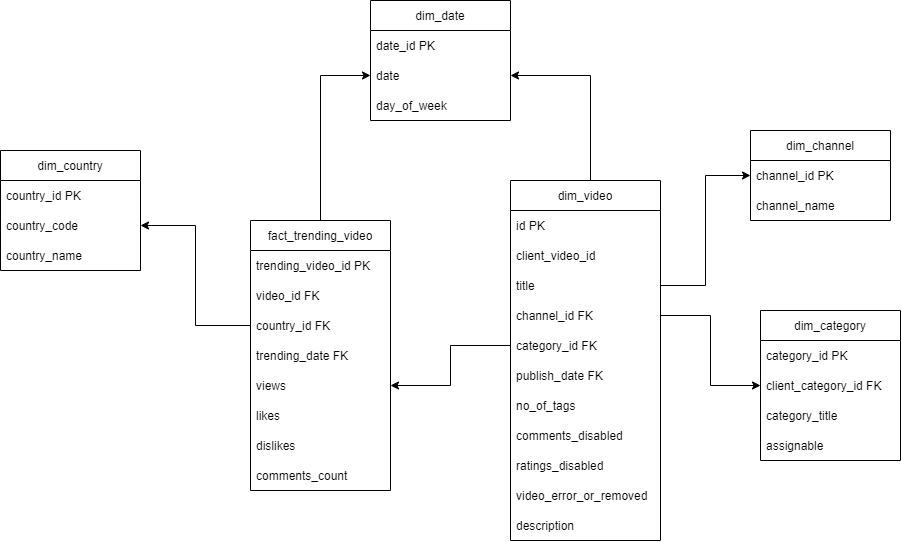
nischalbadal/YouTube-Trending-Video-Analysis keeps this draw.io diagram as docs/final-project-logical-model.drawio.png. Above is the earlier version. Source tidied: cells renumbered, new cells last; positions are measured from the earlier drawing's top-left corner, leaving out a move shared by most shapes.
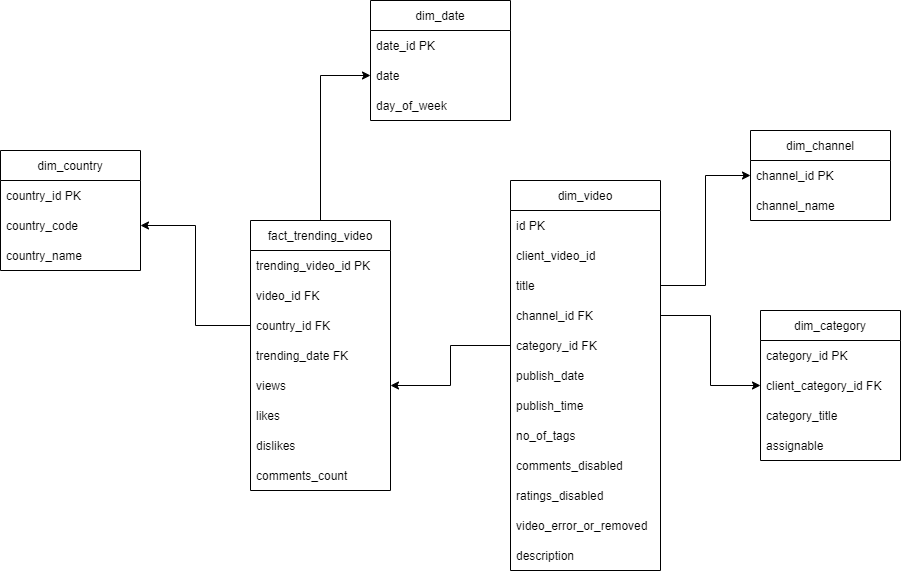
After the commit.

Change to the diagram source:
```diff
@@ -17,15 +17,8 @@
     <mxCell id="6" value="assignable" style="text;strokeColor=none;fillColor=none;align=left;verticalAlign=middle;spacingLeft=4;spacingRight=4;overflow=hidden;" parent="2" vertex="1">
       <mxGeometry y="120" width="140" height="30" as="geometry" />
     </mxCell>
-    <mxCell id="7" style="edgeStyle=orthogonalEdgeStyle;rounded=0;jettySize=auto;html=1;entryX=1;entryY=0.5;entryDx=0;entryDy=0;" parent="1" edge="1" source="8" target="43">
-      <mxGeometry relative="1" as="geometry">
-        <Array as="points">
-          <mxPoint x="590" y="75" />
-        </Array>
-      </mxGeometry>
-    </mxCell>
     <mxCell id="8" value="dim_video" style="swimlane;fontStyle=0;horizontal=1;startSize=30;" parent="1" vertex="1">
-      <mxGeometry x="510" y="180" width="150" height="360" as="geometry" />
+      <mxGeometry x="510" y="180" width="150" height="390" as="geometry" />
     </mxCell>
     <mxCell id="9" value="id PK" style="text;strokeColor=none;fillColor=none;align=left;verticalAlign=middle;spacingLeft=4;spacingRight=4;overflow=hidden;" parent="8" vertex="1">
       <mxGeometry y="30" width="150" height="30" as="geometry" />
@@ -42,23 +35,26 @@
     <mxCell id="13" value="category_id FK" style="text;strokeColor=none;fillColor=none;align=left;verticalAlign=middle;spacingLeft=4;spacingRight=4;overflow=hidden;points=[[0,0.5],[1,0.5]];portConstraint=eastwest;" parent="8" vertex="1">
       <mxGeometry y="150" width="150" height="30" as="geometry" />
     </mxCell>
-    <mxCell id="14" value="publish_date FK" style="text;strokeColor=none;fillColor=none;align=left;verticalAlign=middle;spacingLeft=4;spacingRight=4;overflow=hidden;" parent="8" vertex="1">
+    <mxCell id="14" value="publish_date " style="text;strokeColor=none;fillColor=none;align=left;verticalAlign=middle;spacingLeft=4;spacingRight=4;overflow=hidden;" parent="8" vertex="1">
       <mxGeometry y="180" width="150" height="30" as="geometry" />
     </mxCell>
+    <mxCell id="45" value="publish_time" style="text;strokeColor=none;fillColor=none;align=left;verticalAlign=middle;spacingLeft=4;spacingRight=4;overflow=hidden;" parent="8" vertex="1">
+      <mxGeometry y="210" width="150" height="30" as="geometry" />
+    </mxCell>
     <mxCell id="15" value="no_of_tags" style="text;strokeColor=none;fillColor=none;align=left;verticalAlign=middle;spacingLeft=4;spacingRight=4;overflow=hidden;" parent="8" vertex="1">
-      <mxGeometry y="210" width="150" height="30" as="geometry" />
+      <mxGeometry y="240" width="150" height="30" as="geometry" />
     </mxCell>
     <mxCell id="16" value="comments_disabled" style="text;strokeColor=none;fillColor=none;align=left;verticalAlign=middle;spacingLeft=4;spacingRight=4;overflow=hidden;" parent="8" vertex="1">
-      <mxGeometry y="240" width="150" height="30" as="geometry" />
+      <mxGeometry y="270" width="150" height="30" as="geometry" />
     </mxCell>
     <mxCell id="17" value="ratings_disabled" style="text;strokeColor=none;fillColor=none;align=left;verticalAlign=middle;spacingLeft=4;spacingRight=4;overflow=hidden;" parent="8" vertex="1">
-      <mxGeometry y="270" width="150" height="30" as="geometry" />
+      <mxGeometry y="300" width="150" height="30" as="geometry" />
     </mxCell>
     <mxCell id="18" value="video_error_or_removed" style="text;strokeColor=none;fillColor=none;align=left;verticalAlign=middle;spacingLeft=4;spacingRight=4;overflow=hidden;" parent="8" vertex="1">
-      <mxGeometry y="300" width="150" height="30" as="geometry" />
+      <mxGeometry y="330" width="150" height="30" as="geometry" />
     </mxCell>
     <mxCell id="19" value="description" style="text;strokeColor=none;fillColor=none;align=left;verticalAlign=middle;spacingLeft=4;spacingRight=4;overflow=hidden;" parent="8" vertex="1">
-      <mxGeometry y="330" width="150" height="30" as="geometry" />
+      <mxGeometry y="360" width="150" height="30" as="geometry" />
     </mxCell>
     <mxCell id="20" value="dim_channel" style="swimlane;fontStyle=0;horizontal=1;startSize=30;" parent="1" vertex="1">
       <mxGeometry x="750" y="130" width="140" height="90" as="geometry" />
```
